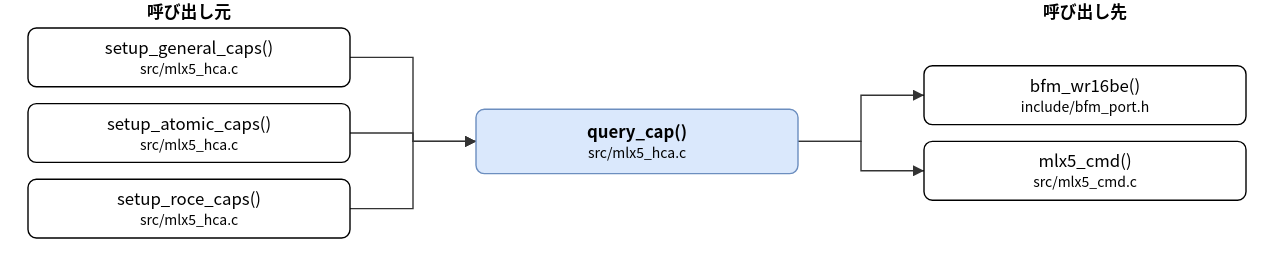
This is doc/spec/images/call_src_mlx5_hca-query_cap.drawio.svg from hf355051012-ai/bfmem, a draw.io export, as it was before one commit. Source tidied: cells renumbered, new cells last; positions are measured from the earlier drawing's top-left corner, leaving out a move shared by most shapes.
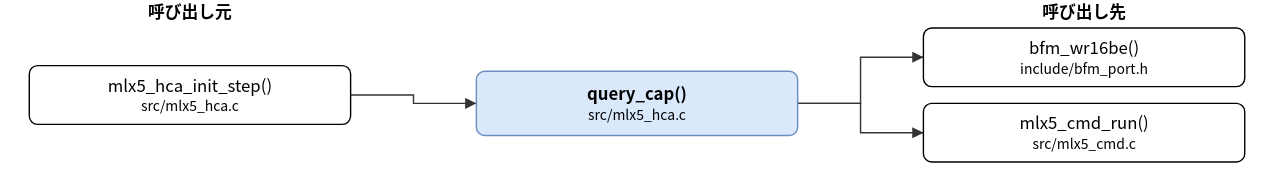
Above is the later version.

What changed in the source:
```diff
@@ -3,63 +3,41 @@
     <mxCell id="0" />
     <mxCell id="1" parent="0" />
     <mxCell id="2" value="query_cap()&lt;br&gt;&lt;font style=&quot;font-size:10px&quot;&gt;src/mlx5_hca.c&lt;/font&gt;" style="rounded=1;whiteSpace=wrap;html=1;fillColor=#dae8fc;strokeColor=#6c8ebf;fontStyle=1;" parent="1" vertex="1">
-      <mxGeometry x="320" y="78" width="230" height="46" as="geometry" />
+      <mxGeometry x="320" y="51" width="230" height="46" as="geometry" />
     </mxCell>
-    <mxCell id="3" value="setup_general_caps()&lt;br&gt;&lt;font style=&quot;font-size:10px&quot;&gt;src/mlx5_hca.c&lt;/font&gt;" style="rounded=1;whiteSpace=wrap;html=1;" parent="1" vertex="1">
-      <mxGeometry y="20" width="230" height="42" as="geometry" />
+    <mxCell id="3" value="mlx5_hca_init_step()&lt;br&gt;&lt;font style=&quot;font-size:10px&quot;&gt;src/mlx5_hca.c&lt;/font&gt;" style="rounded=1;whiteSpace=wrap;html=1;" parent="1" vertex="1">
+      <mxGeometry y="47" width="230" height="42" as="geometry" />
     </mxCell>
-    <mxCell id="4" value="setup_atomic_caps()&lt;br&gt;&lt;font style=&quot;font-size:10px&quot;&gt;src/mlx5_hca.c&lt;/font&gt;" style="rounded=1;whiteSpace=wrap;html=1;" parent="1" vertex="1">
-      <mxGeometry y="74" width="230" height="42" as="geometry" />
-    </mxCell>
-    <mxCell id="5" value="setup_roce_caps()&lt;br&gt;&lt;font style=&quot;font-size:10px&quot;&gt;src/mlx5_hca.c&lt;/font&gt;" style="rounded=1;whiteSpace=wrap;html=1;" parent="1" vertex="1">
-      <mxGeometry y="128" width="230" height="42" as="geometry" />
-    </mxCell>
     <mxCell id="6" value="bfm_wr16be()&lt;br&gt;&lt;font style=&quot;font-size:10px&quot;&gt;include/bfm_port.h&lt;/font&gt;" style="rounded=1;whiteSpace=wrap;html=1;" parent="1" vertex="1">
-      <mxGeometry x="640" y="47" width="230" height="42" as="geometry" />
+      <mxGeometry x="640" y="20" width="230" height="42" as="geometry" />
     </mxCell>
-    <mxCell id="7" value="mlx5_cmd()&lt;br&gt;&lt;font style=&quot;font-size:10px&quot;&gt;src/mlx5_cmd.c&lt;/font&gt;" style="rounded=1;whiteSpace=wrap;html=1;" parent="1" vertex="1">
-      <mxGeometry x="640" y="101" width="230" height="42" as="geometry" />
+    <mxCell id="7" value="mlx5_cmd_run()&lt;br&gt;&lt;font style=&quot;font-size:10px&quot;&gt;src/mlx5_cmd.c&lt;/font&gt;" style="rounded=1;whiteSpace=wrap;html=1;" parent="1" vertex="1">
+      <mxGeometry x="640" y="74" width="230" height="42" as="geometry" />
     </mxCell>
     <mxCell id="8" style="edgeStyle=none;html=1;rounded=0;endArrow=block;endFill=1;exitX=1.0000;exitY=0.5000;exitDx=0;exitDy=0;exitPerimeter=0;entryX=0.0000;entryY=0.5000;entryDx=0;entryDy=0;entryPerimeter=0;" parent="1" edge="1" source="3" target="2">
       <mxGeometry relative="1" as="geometry">
         <Array as="points">
-          <mxPoint x="275" y="41" />
-          <mxPoint x="275" y="101" />
+          <mxPoint x="275" y="68" />
+          <mxPoint x="275" y="74" />
         </Array>
       </mxGeometry>
     </mxCell>
-    <mxCell id="9" style="edgeStyle=none;html=1;rounded=0;endArrow=block;endFill=1;exitX=1.0000;exitY=0.5000;exitDx=0;exitDy=0;exitPerimeter=0;entryX=0.0000;entryY=0.5000;entryDx=0;entryDy=0;entryPerimeter=0;" parent="1" edge="1" source="4" target="2">
+    <mxCell id="9" style="edgeStyle=none;html=1;rounded=0;endArrow=block;endFill=1;exitX=1.0000;exitY=0.5000;exitDx=0;exitDy=0;exitPerimeter=0;entryX=0.0000;entryY=0.5000;entryDx=0;entryDy=0;entryPerimeter=0;" parent="1" edge="1" source="2" target="6">
       <mxGeometry relative="1" as="geometry">
         <Array as="points">
-          <mxPoint x="275" y="95" />
-          <mxPoint x="275" y="101" />
+          <mxPoint x="595" y="74" />
+          <mxPoint x="595" y="41" />
         </Array>
       </mxGeometry>
     </mxCell>
-    <mxCell id="10" style="edgeStyle=none;html=1;rounded=0;endArrow=block;endFill=1;exitX=1.0000;exitY=0.5000;exitDx=0;exitDy=0;exitPerimeter=0;entryX=0.0000;entryY=0.5000;entryDx=0;entryDy=0;entryPerimeter=0;" parent="1" edge="1" source="5" target="2">
+    <mxCell id="10" style="edgeStyle=none;html=1;rounded=0;endArrow=block;endFill=1;exitX=1.0000;exitY=0.5000;exitDx=0;exitDy=0;exitPerimeter=0;entryX=0.0000;entryY=0.5000;entryDx=0;entryDy=0;entryPerimeter=0;" parent="1" edge="1" source="2" target="7">
       <mxGeometry relative="1" as="geometry">
         <Array as="points">
-          <mxPoint x="275" y="149" />
-          <mxPoint x="275" y="101" />
+          <mxPoint x="595" y="74" />
+          <mxPoint x="595" y="95" />
         </Array>
       </mxGeometry>
     </mxCell>
-    <mxCell id="11" style="edgeStyle=none;html=1;rounded=0;endArrow=block;endFill=1;exitX=1.0000;exitY=0.5000;exitDx=0;exitDy=0;exitPerimeter=0;entryX=0.0000;entryY=0.5000;entryDx=0;entryDy=0;entryPerimeter=0;" parent="1" edge="1" source="2" target="6">
-      <mxGeometry relative="1" as="geometry">
-        <Array as="points">
-          <mxPoint x="595" y="101" />
-          <mxPoint x="595" y="68" />
-        </Array>
-      </mxGeometry>
-    </mxCell>
-    <mxCell id="12" style="edgeStyle=none;html=1;rounded=0;endArrow=block;endFill=1;exitX=1.0000;exitY=0.5000;exitDx=0;exitDy=0;exitPerimeter=0;entryX=0.0000;entryY=0.5000;entryDx=0;entryDy=0;entryPerimeter=0;" parent="1" edge="1" source="2" target="7">
-      <mxGeometry relative="1" as="geometry">
-        <Array as="points">
-          <mxPoint x="595" y="101" />
-          <mxPoint x="595" y="122" />
-        </Array>
-      </mxGeometry>
-    </mxCell>
     <mxCell id="13" value="呼び出し元" style="text;html=1;align=center;fontStyle=1;" parent="1" vertex="1">
       <mxGeometry x="35" width="160" height="18" as="geometry" />
     </mxCell>
```
